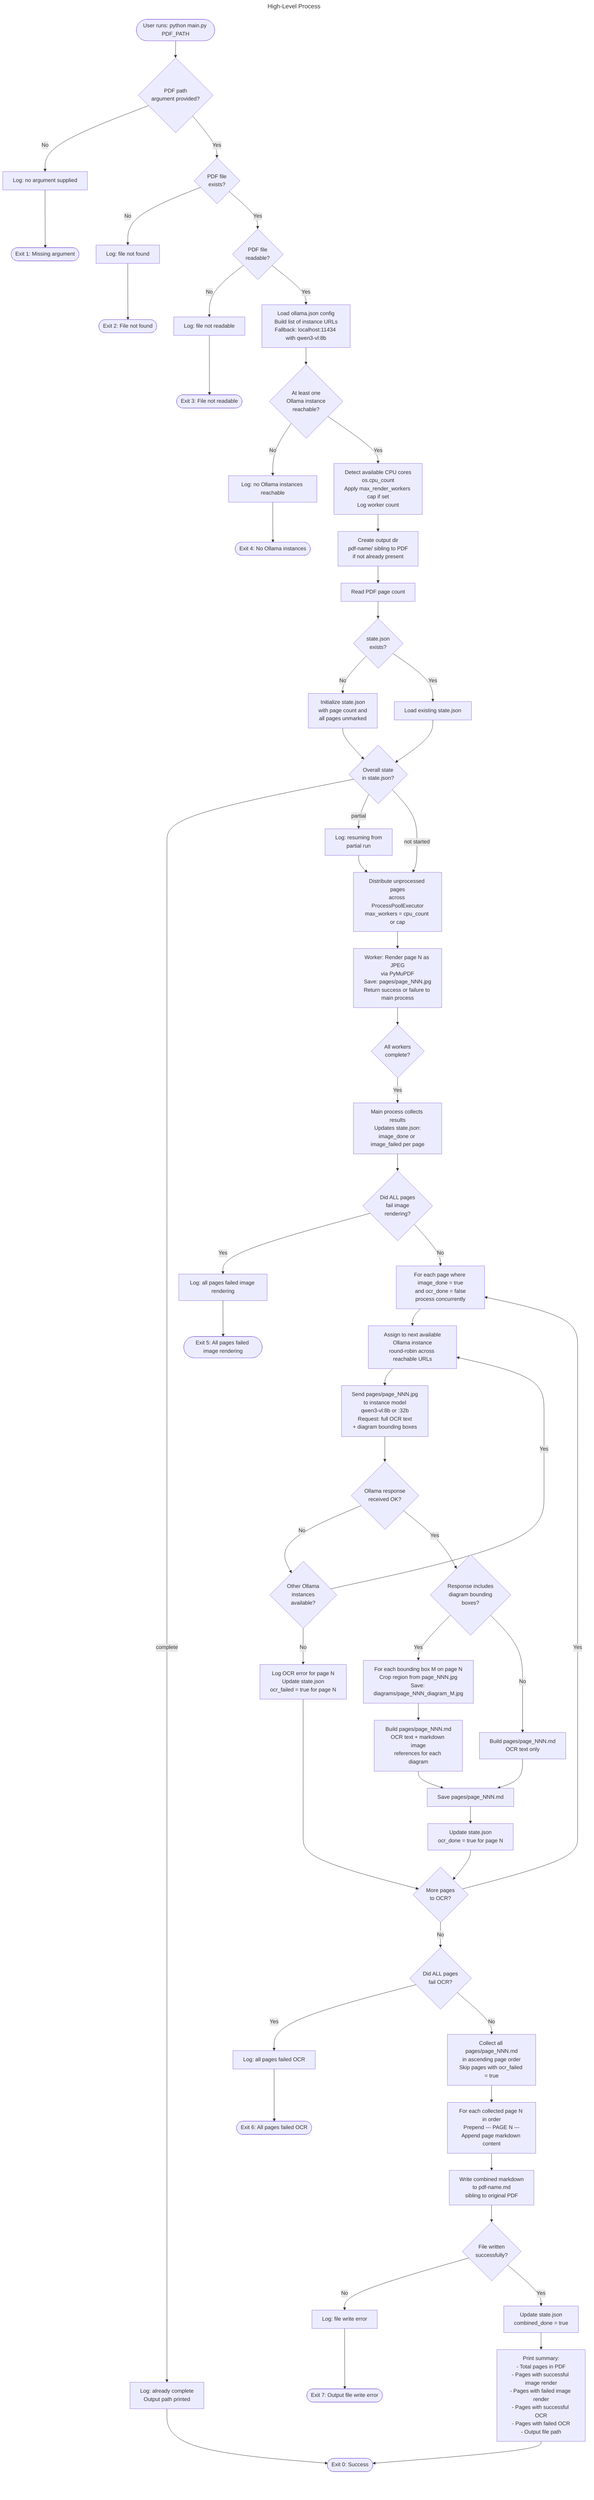
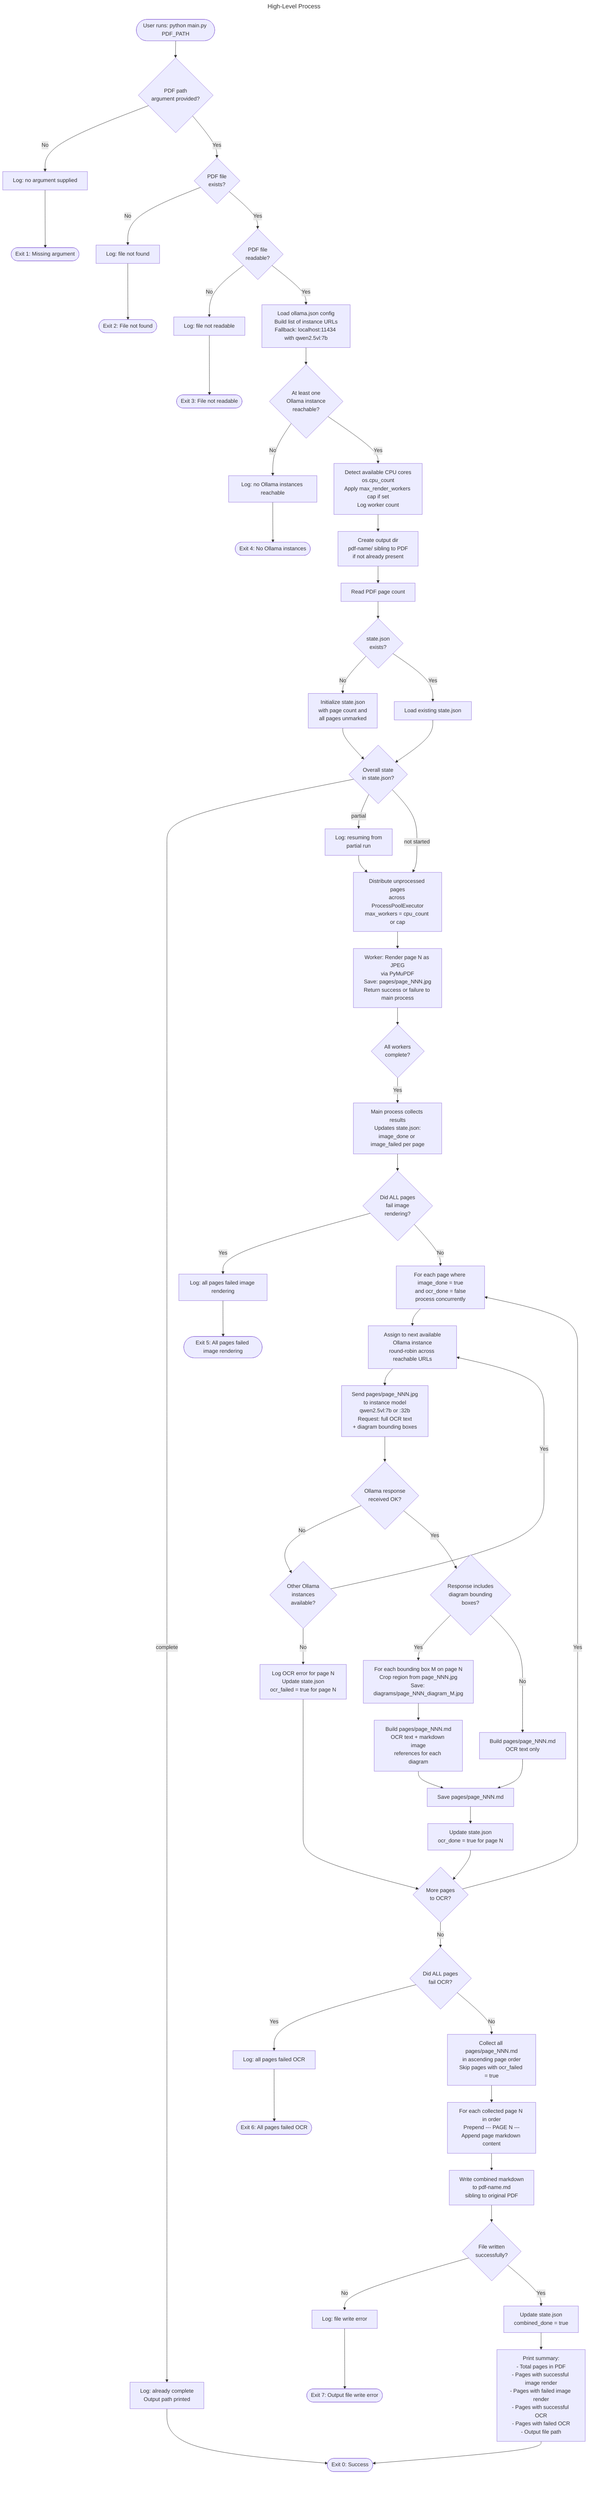
---
title: High-Level Process
---
flowchart TD

    %% ─── PHASE 0: STARTUP ──────────────────────────────────────────────────
    START([User runs: python main.py PDF_PATH]) --> chkArg{PDF path\nargument provided?}
    chkArg -- No --> errNoArg[Log: no argument supplied]
    errNoArg --> EXIT1([Exit 1: Missing argument])

    chkArg -- Yes --> chkExists{PDF file\nexists?}
    chkExists -- No --> errNoFile[Log: file not found]
    errNoFile --> EXIT2([Exit 2: File not found])

    chkExists -- Yes --> chkReadable{PDF file\nreadable?}
    chkReadable -- No --> errNotReadable[Log: file not readable]
    errNotReadable --> EXIT3([Exit 3: File not readable])

-     chkReadable -- Yes --> loadConfig[Load ollama.json config\nBuild list of instance URLs\nFallback: localhost:11434 with qwen3-vl:8b]
+     chkReadable -- Yes --> loadConfig[Load ollama.json config\nBuild list of instance URLs\nFallback: localhost:11434 with qwen2.5vl:7b]

    loadConfig --> probeOllama{At least one\nOllama instance\nreachable?}
    probeOllama -- No --> errNoOllama[Log: no Ollama instances reachable]
    errNoOllama --> EXIT4([Exit 4: No Ollama instances])

    probeOllama -- Yes --> detectCores[Detect available CPU cores\nos.cpu_count\nApply max_render_workers cap if set\nLog worker count]

    detectCores --> createOutDir[Create output dir\npdf-name/ sibling to PDF\nif not already present]

    createOutDir --> readPages[Read PDF page count]

    readPages --> initState{state.json\nexists?}
    initState -- No --> writeState[Initialize state.json\nwith page count and\nall pages unmarked]
    initState -- Yes --> loadState[Load existing state.json]
    writeState --> chkComplete
    loadState --> chkComplete

    chkComplete{Overall state\nin state.json?}
    chkComplete -- complete --> logDone[Log: already complete\nOutput path printed]
    logDone --> EXIT0([Exit 0: Success])
    chkComplete -- partial --> logResume[Log: resuming from\npartial run]
    logResume --> imgLoop
    chkComplete -- not started --> imgLoop

    %% ─── PHASE 1: IMAGE PROCESSING ─────────────────────────────────────────
    imgLoop[Distribute unprocessed pages\nacross ProcessPoolExecutor\nmax_workers = cpu_count or cap]

    imgLoop --> renderPage[Worker: Render page N as JPEG\nvia PyMuPDF\nSave: pages/page_NNN.jpg\nReturn success or failure to main process]

    renderPage --> imgOk{All workers\ncomplete?}
    imgOk -- Yes --> collectResults[Main process collects results\nUpdates state.json:\nimage_done or image_failed per page]
    collectResults --> chkAllImgFailed

    chkAllImgFailed{Did ALL pages\nfail image\nrendering?}
    chkAllImgFailed -- Yes --> errAllImg[Log: all pages failed image rendering]
    errAllImg --> EXIT5([Exit 5: All pages failed image rendering])
    chkAllImgFailed -- No --> ocrLoop

    %% ─── PHASE 2: OCR PROCESSING ────────────────────────────────────────────
    ocrLoop[For each page where image_done = true\nand ocr_done = false\nprocess concurrently]

    ocrLoop --> assignInstance[Assign to next available\nOllama instance\nround-robin across reachable URLs]

-     assignInstance --> callOllama[Send pages/page_NNN.jpg\nto instance model\nqwen3-vl:8b or :32b\nRequest: full OCR text\n+ diagram bounding boxes]
+     assignInstance --> callOllama[Send pages/page_NNN.jpg\nto instance model\nqwen2.5vl:7b or :32b\nRequest: full OCR text\n+ diagram bounding boxes]

    callOllama --> ocrOk{Ollama response\nreceived OK?}

    ocrOk -- No --> retryOther{Other Ollama\ninstances\navailable?}
    retryOther -- Yes --> assignInstance
    retryOther -- No --> markOcrFail[Log OCR error for page N\nUpdate state.json\nocr_failed = true for page N]
    markOcrFail --> ocrLoopNext

    ocrOk -- Yes --> chkDiagrams{Response includes\ndiagram bounding\nboxes?}

    chkDiagrams -- Yes --> cropDiagrams[For each bounding box M on page N\nCrop region from page_NNN.jpg\nSave: diagrams/page_NNN_diagram_M.jpg]
    cropDiagrams --> buildPageMd[Build pages/page_NNN.md\nOCR text + markdown image\nreferences for each diagram]

    chkDiagrams -- No --> buildPageMdNoDiagram[Build pages/page_NNN.md\nOCR text only]

    buildPageMd --> savePageMd[Save pages/page_NNN.md]
    buildPageMdNoDiagram --> savePageMd

    savePageMd --> markOcrDone[Update state.json\nocr_done = true for page N]

    markOcrDone --> ocrLoopNext{More pages\nto OCR?}
    ocrLoopNext -- Yes --> ocrLoop
    ocrLoopNext -- No --> chkAllOcrFailed

    chkAllOcrFailed{Did ALL pages\nfail OCR?}
    chkAllOcrFailed -- Yes --> errAllOcr[Log: all pages failed OCR]
    errAllOcr --> EXIT6([Exit 6: All pages failed OCR])
    chkAllOcrFailed -- No --> combinePhase

    %% ─── PHASE 3: COMBINE ───────────────────────────────────────────────────
    combinePhase[Collect all pages/page_NNN.md\nin ascending page order\nSkip pages with ocr_failed = true]

    combinePhase --> mergePages[For each collected page N in order\nPrepend --- PAGE N ---\nAppend page markdown content]

    mergePages --> writeOutput[Write combined markdown\nto pdf-name.md\nsibling to original PDF]

    writeOutput --> writeOk{File written\nsuccessfully?}
    writeOk -- No --> errWrite[Log: file write error]
    errWrite --> EXIT7([Exit 7: Output file write error])

    writeOk -- Yes --> markCombined[Update state.json\ncombined_done = true]

    %% ─── SUMMARY ────────────────────────────────────────────────────────────
    markCombined --> printSummary[Print summary:\n- Total pages in PDF\n- Pages with successful image render\n- Pages with failed image render\n- Pages with successful OCR\n- Pages with failed OCR\n- Output file path]

    printSummary --> EXIT0
